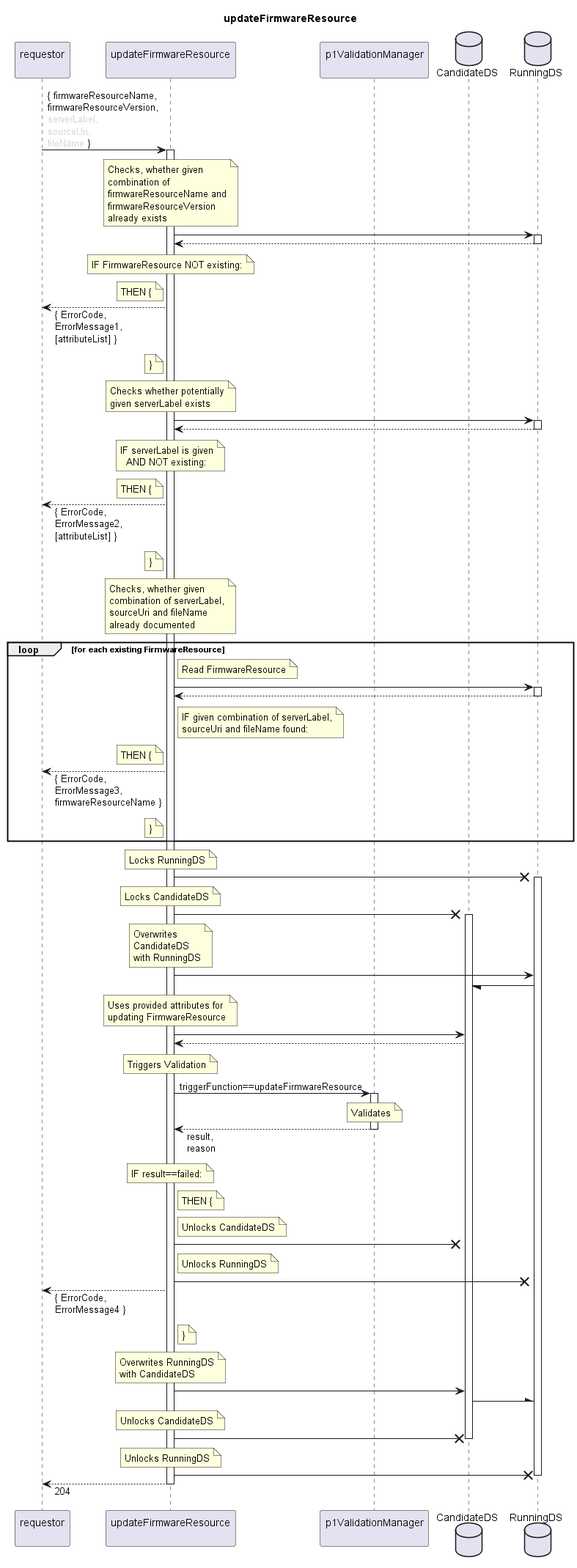
openBackhaul/FirmWareManager keeps this PlantUML diagram as spec/Services/updateFirmwareResource/1.0.0/updateFirmwareResource.png. Above is the earlier version.
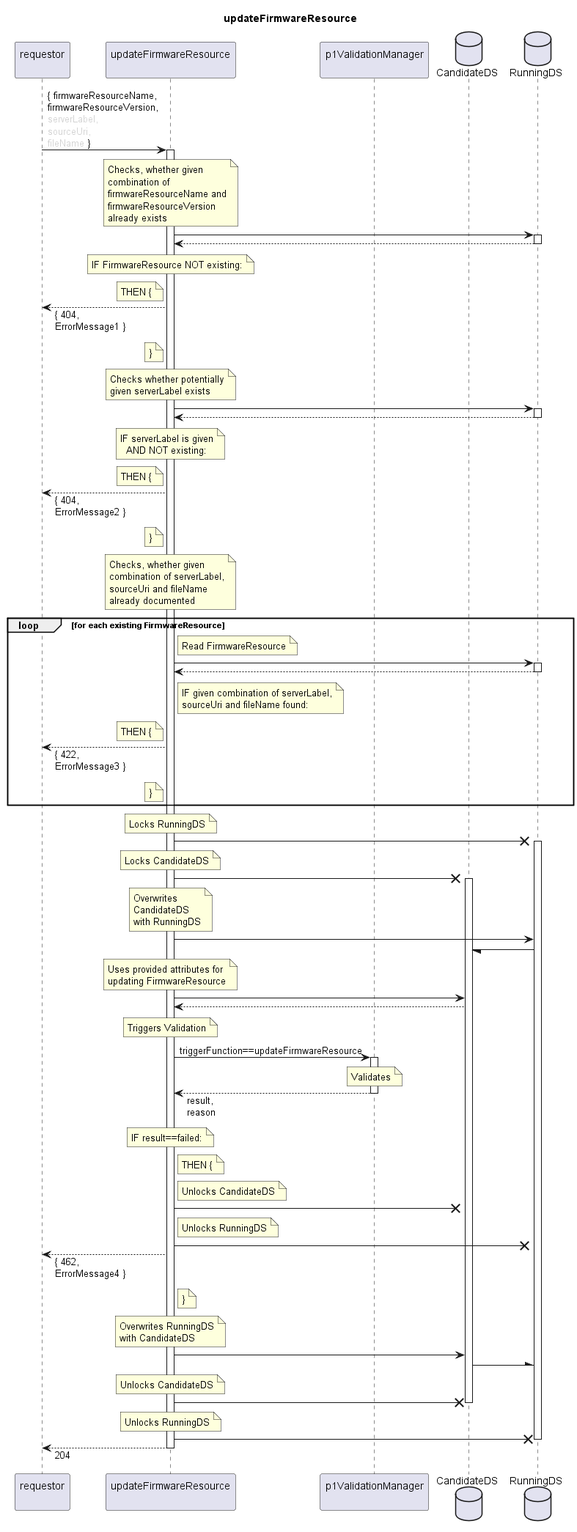
The same diagram one commit later.

Diff of the diagram source:
```diff
@@ -31,7 +31,7 @@
   note left indServ
     THEN {
   end note
-  requestor <-- indServ: { ErrorCode,\nErrorMessage1,\n[attributeList] }
+  requestor <-- indServ: { 404,\nErrorMessage1 }
   note left indServ
     }
   end note
@@ -51,7 +51,7 @@
   note left indServ
     THEN {
   end note
-  requestor <-- indServ: { ErrorCode,\nErrorMessage2,\n[attributeList] }
+  requestor <-- indServ: { 404,\nErrorMessage2 }
   note left indServ
     }
   end note
@@ -77,7 +77,7 @@
     note left indServ
       THEN {
     end note
-    requestor <-- indServ: { ErrorCode,\nErrorMessage3,\nfirmwareResourceName }
+    requestor <-- indServ: { 422,\nErrorMessage3 }
     note left indServ
       }
     end note
@@ -132,7 +132,7 @@
     Unlocks RunningDS
   end note
   indServ -X RunDS
-  requestor <-- indServ: { ErrorCode,\nErrorMessage4 }
+  requestor <-- indServ: { 462,\nErrorMessage4 }
   note right indServ
     }
   end note
```
